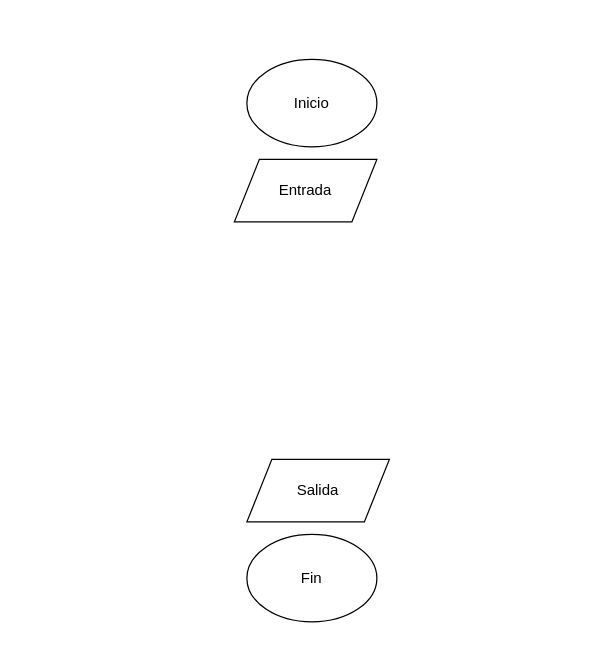
euibarra/Proyectos1 keeps this draw.io diagram as ComponentesDiagrama.drawio. Above is the earlier version. Source tidied: cells renumbered, new cells numbered last; positions are measured from the earlier drawing's top-left corner, leaving out a move shared by most shapes. Both pictures are drawn from the tidied source at 125%, with x=0, y=0 at pixel (234, 59).
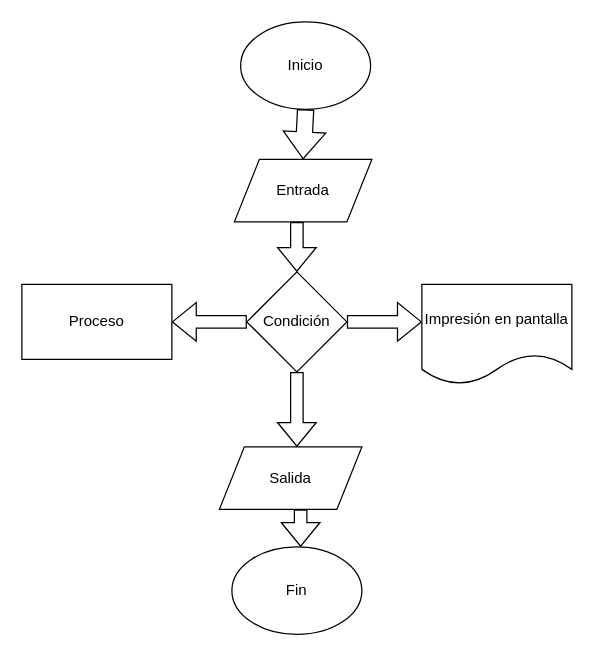
Above is the later version.

Change to the diagram source:
```diff
@@
 <mxGraphModel>
   <root>
     <mxCell id="0" />
     <mxCell id="1" parent="0" />
     <mxCell id="2" value="Inicio" style="ellipse;whiteSpace=wrap;html=1;" parent="1" vertex="1">
-      <mxGeometry x="10" width="104" height="70" as="geometry" />
+      <mxGeometry x="5" y="-30" width="104" height="70" as="geometry" />
     </mxCell>
     <mxCell id="3" value="Fin" style="ellipse;whiteSpace=wrap;html=1;" parent="1" vertex="1">
-      <mxGeometry x="10" y="380" width="104" height="70" as="geometry" />
+      <mxGeometry x="-2" y="390" width="104" height="70" as="geometry" />
     </mxCell>
     <mxCell id="4" value="Entrada" style="shape=parallelogram;perimeter=parallelogramPerimeter;whiteSpace=wrap;html=1;fixedSize=1;" parent="1" vertex="1">
-      <mxGeometry y="80" width="114" height="50" as="geometry" />
+      <mxGeometry y="80" width="110" height="50" as="geometry" />
     </mxCell>
     <mxCell id="5" value="Salida" style="shape=parallelogram;perimeter=parallelogramPerimeter;whiteSpace=wrap;html=1;fixedSize=1;" parent="1" vertex="1">
-      <mxGeometry x="10" y="320" width="114" height="50" as="geometry" />
+      <mxGeometry x="-12" y="310" width="114" height="50" as="geometry" />
     </mxCell>
+    <mxCell id="6" value="Condición" style="rhombus;whiteSpace=wrap;html=1;" parent="1" vertex="1">
+      <mxGeometry x="10" y="170" width="80" height="80" as="geometry" />
+    </mxCell>
+    <mxCell id="7" style="shape=flexArrow;endArrow=classic;html=1;rounded=0;exitX=1;exitY=0.5;exitDx=0;exitDy=0;" parent="1" edge="1" source="6">
+      <mxGeometry relative="1" as="geometry">
+        <mxPoint x="150" y="210" as="targetPoint" />
+      </mxGeometry>
+    </mxCell>
+    <mxCell id="8" style="shape=flexArrow;endArrow=classic;html=1;rounded=0;exitX=0;exitY=0.5;exitDx=0;exitDy=0;" parent="1" edge="1" source="6">
+      <mxGeometry relative="1" as="geometry">
+        <mxPoint x="-50" y="210" as="targetPoint" />
+        <Array as="points">
+          <mxPoint x="10" y="210" />
+        </Array>
+      </mxGeometry>
+    </mxCell>
+    <mxCell id="9" value="Proceso" style="rounded=0;whiteSpace=wrap;html=1;" parent="1" vertex="1">
+      <mxGeometry x="-170" y="180" width="120" height="60" as="geometry" />
+    </mxCell>
+    <mxCell id="10" value="Impresión en pantalla" style="shape=document;whiteSpace=wrap;html=1;boundedLbl=1;" parent="1" vertex="1">
+      <mxGeometry x="150" y="180" width="120" height="80" as="geometry" />
+    </mxCell>
+    <mxCell id="11" style="shape=flexArrow;endArrow=classic;html=1;rounded=0;entryX=0.5;entryY=0;entryDx=0;entryDy=0;" parent="1" edge="1" target="6">
+      <mxGeometry relative="1" as="geometry">
+        <mxPoint x="50" y="130" as="sourcePoint" />
+      </mxGeometry>
+    </mxCell>
+    <mxCell id="12" style="shape=flexArrow;endArrow=classic;html=1;rounded=0;exitX=0.5;exitY=1;exitDx=0;exitDy=0;entryX=0.5;entryY=0;entryDx=0;entryDy=0;width=13;endSize=6.81;" parent="1" edge="1" source="2" target="4">
+      <mxGeometry relative="1" as="geometry" />
+    </mxCell>
+    <mxCell id="13" style="shape=flexArrow;endArrow=classic;html=1;rounded=0;exitX=0.5;exitY=1;exitDx=0;exitDy=0;" parent="1" edge="1" source="6">
+      <mxGeometry relative="1" as="geometry">
+        <mxPoint x="50" y="310" as="targetPoint" />
+      </mxGeometry>
+    </mxCell>
+    <mxCell id="14" style="shape=flexArrow;endArrow=classic;html=1;rounded=0;exitX=0.5;exitY=1;exitDx=0;exitDy=0;" parent="1" edge="1">
+      <mxGeometry relative="1" as="geometry">
+        <mxPoint x="53" y="360" as="sourcePoint" />
+        <mxPoint x="53" y="390" as="targetPoint" />
+      </mxGeometry>
+    </mxCell>
   </root>
 </mxGraphModel>
```
